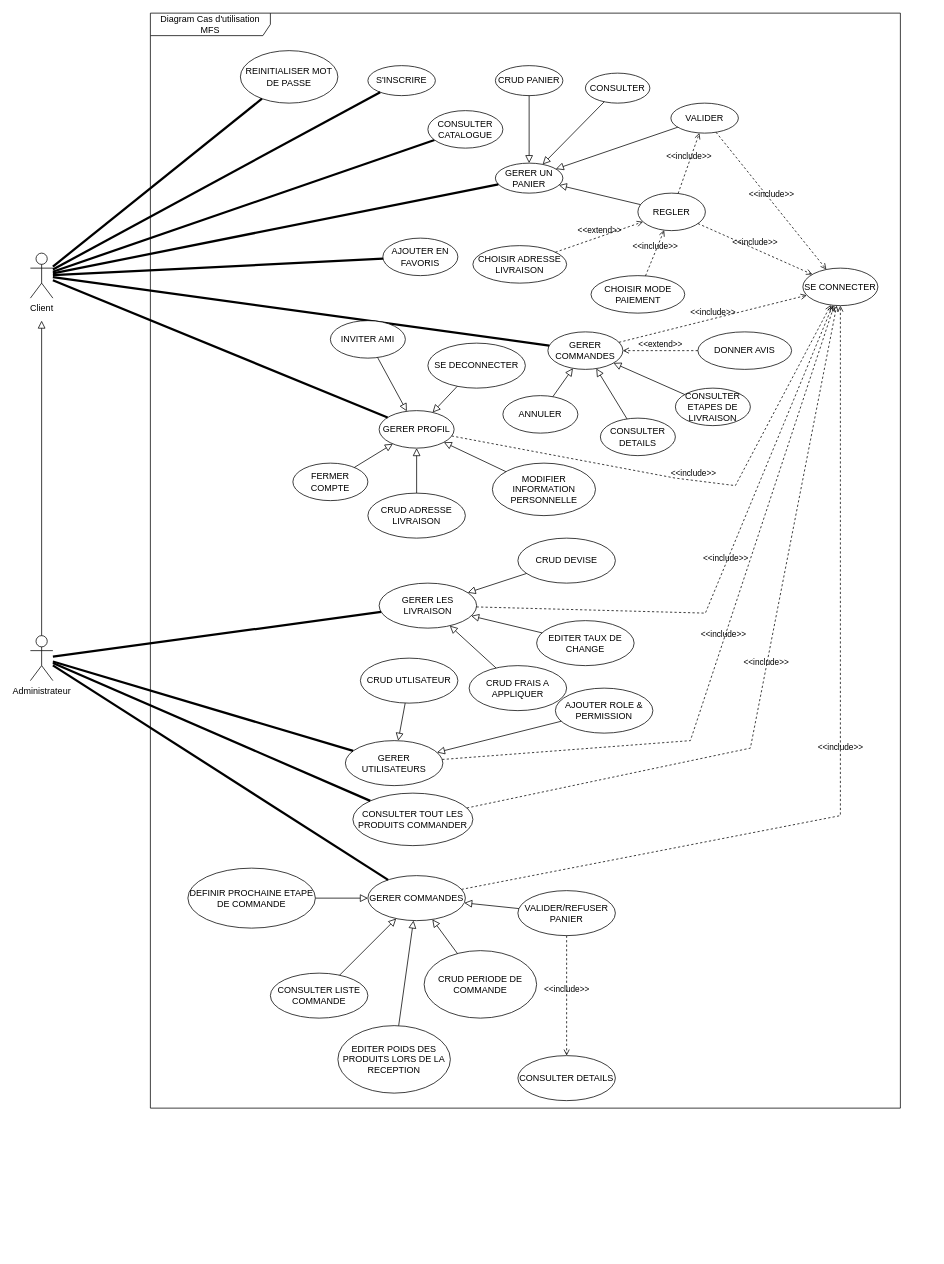
Earlier version of the draw.io diagram page "DCU-MFS" (1 of 3) of Diagramme_MyFrench_Shop.drawio (kbvac/Diagramme-UML). Source tidied: cells renumbered, new cells numbered last; positions are measured from the earlier drawing's top-left corner, leaving out a move shared by most shapes. Both pictures are drawn from the tidied source at 75%, with x=0, y=0 at pixel (30, 13).
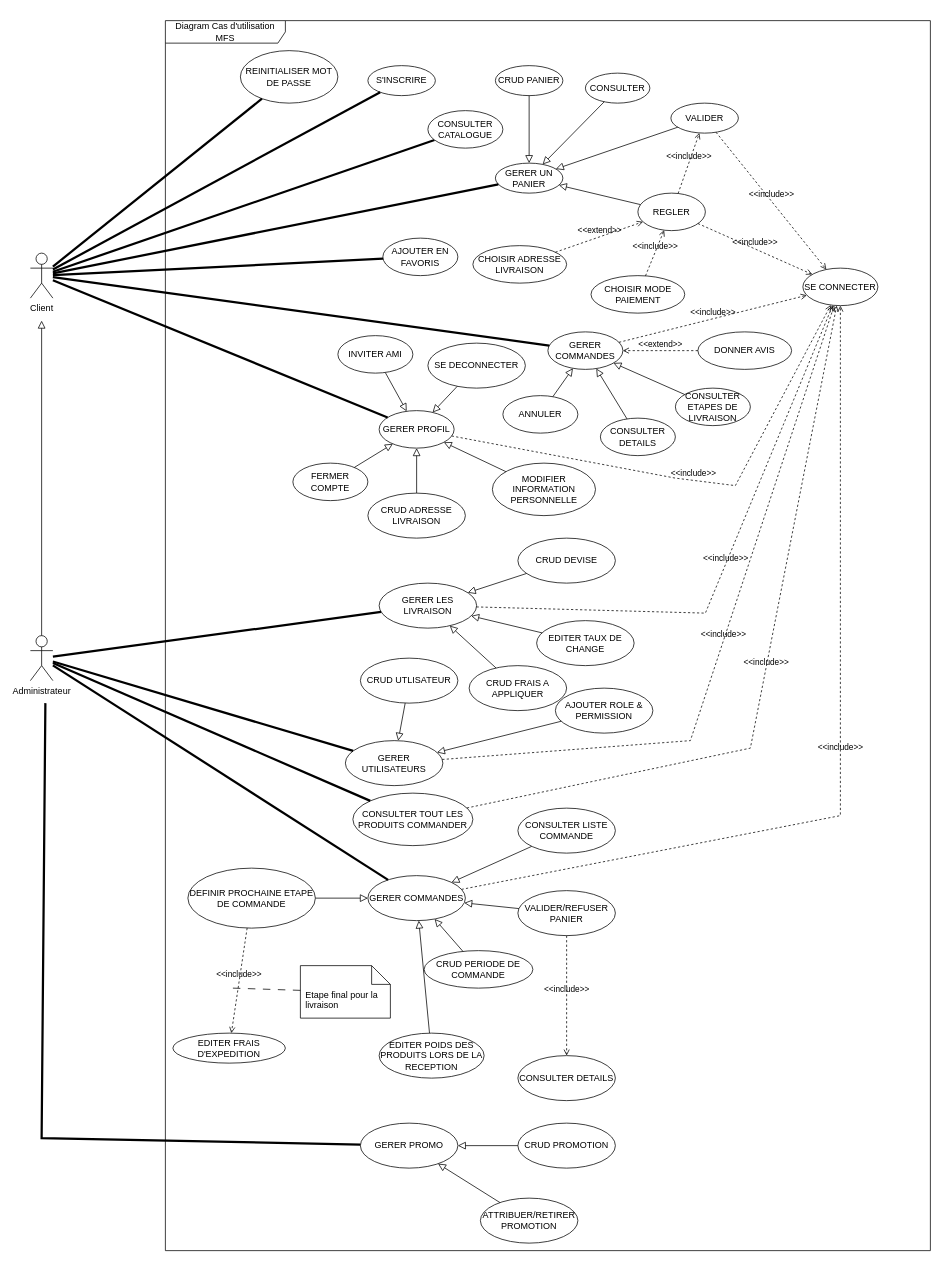
After the change.

The change refers to these unchanged cells:
```xml
<mxCell id="97" value="DEFINIR PROCHAINE ETAPE DE COMMANDE" style="ellipse;whiteSpace=wrap;html=1;" parent="1" vertex="1">
  <mxGeometry x="210" y="1140" width="170" height="80" as="geometry" />
</mxCell>
```

The edit, as a diff of the source:
```diff
@@
-    <mxCell id="60" value="INVITER AMI" style="ellipse;whiteSpace=wrap;html=1;" parent="1" vertex="1">
-      <mxGeometry x="400" y="410" width="100" height="50" as="geometry" />
-    </mxCell>
@@
-    <mxCell id="88" value="CONSULTER LISTE COMMANDE" style="ellipse;whiteSpace=wrap;html=1;" parent="1" vertex="1">
-      <mxGeometry x="320" y="1280" width="130" height="60" as="geometry" />
-    </mxCell>
@@
     <mxCell id="103" value="CRUD PERIODE DE COMMANDE" style="ellipse;whiteSpace=wrap;html=1;" parent="1" vertex="1">
-      <mxGeometry x="525" y="1250" width="150" height="90" as="geometry" />
+      <mxGeometry x="525" y="1250" width="145" height="50" as="geometry" />
     </mxCell>
@@
-    <mxCell id="106" value="EDITER POIDS DES PRODUITS LORS DE LA RECEPTION" style="ellipse;whiteSpace=wrap;html=1;" parent="1" vertex="1">
-      <mxGeometry x="410" y="1350" width="150" height="90" as="geometry" />
-    </mxCell>
@@
     <mxCell id="112" value="Diagram Cas d'utilisation MFS" style="shape=umlFrame;whiteSpace=wrap;html=1;width=160;" parent="1" vertex="1">
-      <mxGeometry x="160" width="1000" height="1460" as="geometry" />
+      <mxGeometry x="180" y="10" width="1020" height="1640" as="geometry" />
     </mxCell>
+    <mxCell id="60" value="INVITER AMI" style="ellipse;whiteSpace=wrap;html=1;" parent="112" vertex="1">
+      <mxGeometry x="230" y="420" width="100" height="50" as="geometry" />
+    </mxCell>
+    <mxCell id="113" value="EDITER FRAIS D'EXPEDITION" style="ellipse;whiteSpace=wrap;html=1;" parent="112" vertex="1">
+      <mxGeometry x="10" y="1350" width="150" height="40" as="geometry" />
+    </mxCell>
+    <mxCell id="88" value="CONSULTER LISTE COMMANDE" style="ellipse;whiteSpace=wrap;html=1;" parent="112" vertex="1">
+      <mxGeometry x="470" y="1050" width="130" height="60" as="geometry" />
+    </mxCell>
+    <mxCell id="106" value="EDITER POIDS DES PRODUITS LORS DE LA RECEPTION" style="ellipse;whiteSpace=wrap;html=1;" parent="112" vertex="1">
+      <mxGeometry x="285" y="1350" width="140" height="60" as="geometry" />
+    </mxCell>
+    <mxCell id="114" value="GERER PROMO" style="ellipse;whiteSpace=wrap;html=1;" parent="112" vertex="1">
+      <mxGeometry x="260" y="1470" width="130" height="60" as="geometry" />
+    </mxCell>
+    <mxCell id="115" value="CRUD PROMOTION" style="ellipse;whiteSpace=wrap;html=1;" parent="112" vertex="1">
+      <mxGeometry x="470" y="1470" width="130" height="60" as="geometry" />
+    </mxCell>
+    <mxCell id="116" style="endArrow=block;html=1;rounded=0;align=center;verticalAlign=bottom;endFill=0;labelBackgroundColor=none;endSize=8;" parent="112" edge="1" source="115" target="114">
+      <mxGeometry relative="1" as="geometry" />
+    </mxCell>
+    <mxCell id="117" style="html=1;align=center;verticalAlign=top;labelBackgroundColor=none;" parent="116" vertex="1">
+      <mxGeometry relative="1" as="geometry" />
+    </mxCell>
+    <mxCell id="118" value="ATTRIBUER/RETIRER PROMOTION" style="ellipse;whiteSpace=wrap;html=1;" parent="112" vertex="1">
+      <mxGeometry x="420" y="1570" width="130" height="60" as="geometry" />
+    </mxCell>
+    <mxCell id="119" style="endArrow=block;html=1;rounded=0;align=center;verticalAlign=bottom;endFill=0;labelBackgroundColor=none;endSize=8;" parent="112" edge="1" source="118" target="114">
+      <mxGeometry relative="1" as="geometry" />
+    </mxCell>
+    <mxCell id="120" style="html=1;align=center;verticalAlign=top;labelBackgroundColor=none;" parent="119" vertex="1">
+      <mxGeometry relative="1" as="geometry" />
+    </mxCell>
+    <mxCell id="121" value="Etape final pour la livraison" style="shape=note2;boundedLbl=1;whiteSpace=wrap;html=1;size=25;verticalAlign=top;align=left;spacingLeft=5;" parent="112" vertex="1">
+      <mxGeometry x="180" y="1260" width="120" height="70" as="geometry" />
+    </mxCell>
+    <mxCell id="122" style="endArrow=none;startArrow=none;endFill=0;startFill=0;endSize=8;html=1;verticalAlign=bottom;dashed=1;labelBackgroundColor=none;dashPattern=10 10;rounded=0;" parent="112" edge="1" target="121">
+      <mxGeometry relative="1" as="geometry">
+        <mxPoint x="90" y="1290" as="sourcePoint" />
+      </mxGeometry>
+    </mxCell>
+    <mxCell id="123" value="&amp;lt;&amp;lt;include&amp;gt;&amp;gt;" style="html=1;verticalAlign=bottom;labelBackgroundColor=none;endArrow=open;endFill=0;dashed=1;rounded=0;" parent="1" edge="1" source="97" target="113">
+      <mxGeometry relative="1" as="geometry" />
+    </mxCell>
+    <mxCell id="124" style="endArrow=none;startArrow=none;endFill=0;startFill=0;endSize=8;html=1;verticalAlign=bottom;labelBackgroundColor=none;strokeWidth=3;rounded=0;" parent="1" edge="1" target="114">
+      <mxGeometry relative="1" as="geometry">
+        <mxPoint x="20" y="920" as="sourcePoint" />
+        <Array as="points">
+          <mxPoint x="15" y="1500" />
+        </Array>
+      </mxGeometry>
+    </mxCell>
```
